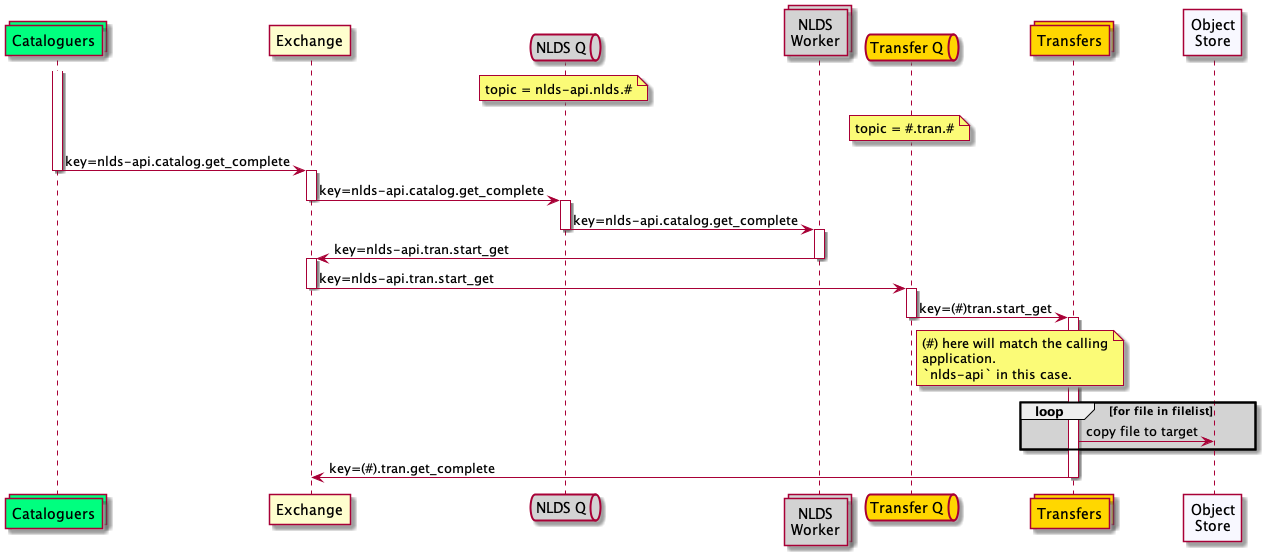
The PlantUML diagram docs/spec/uml/message_flow_get2.png in cedadev/nlds, before a commit.
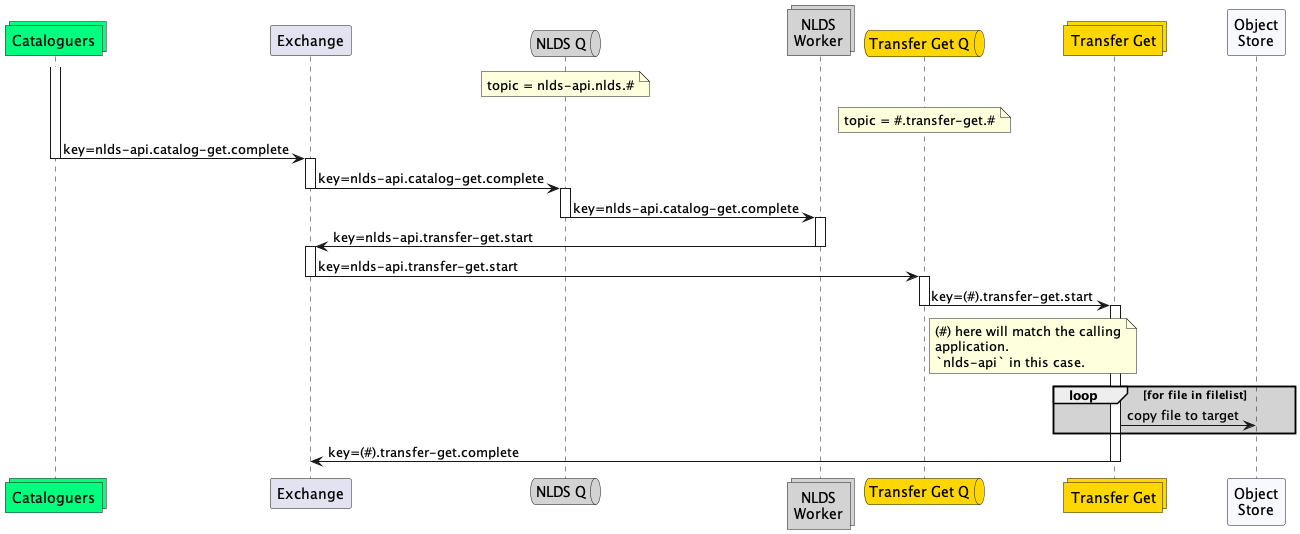
Above is the later version.

The edit, as a diff of the source:
```diff
@@ -10,38 +10,38 @@
 end note
 collections work as "NLDS\nWorker" #lightgrey
 
-queue qt as "Transfer Q" #gold
+queue qt as "Transfer Get Q" #gold
 note over qt
-    topic = #.tran.#
+    topic = #.transfer-get.#
 end note
-collections tran as "Transfers" #gold
+collections transfer_get as "Transfer Get" #gold
 
 participant obj as "Object\nStore" #GhostWhite
 
 activate catalog
-catalog -> wex : key=nlds-api.catalog.get_complete
+catalog -> wex : key=nlds-api.catalog-get.complete
 deactivate catalog
 
 activate wex
-wex -> qw : key=nlds-api.catalog.get_complete
+wex -> qw : key=nlds-api.catalog-get.complete
 deactivate wex
 
 activate qw
-qw -> work : key=nlds-api.catalog.get_complete
+qw -> work : key=nlds-api.catalog-get.complete
 deactivate qw
 
 activate work
-work -> wex : key=nlds-api.tran.start_get
+work -> wex : key=nlds-api.transfer-get.start
 deactivate work
 
 activate wex
-wex -> qt : key=nlds-api.tran.start_get
+wex -> qt : key=nlds-api.transfer-get.start
 deactivate wex
 
 activate qt
-qt -> tran : key=(#)tran.start_get
+qt -> transfer_get : key=(#).transfer-get.start
 deactivate qt
-activate tran
+activate transfer_get
 
 note right of qt
     (#) here will match the calling
@@ -50,9 +50,9 @@
 end note
 
 loop #lightgrey for file in filelist
-    tran -> obj : copy file to target
+    transfer_get -> obj : copy file to target
 end
-tran -> wex : key=(#).tran.get_complete
-deactivate tran
+transfer_get -> wex : key=(#).transfer-get.complete
+deactivate transfer_get
 
 @enduml
```
